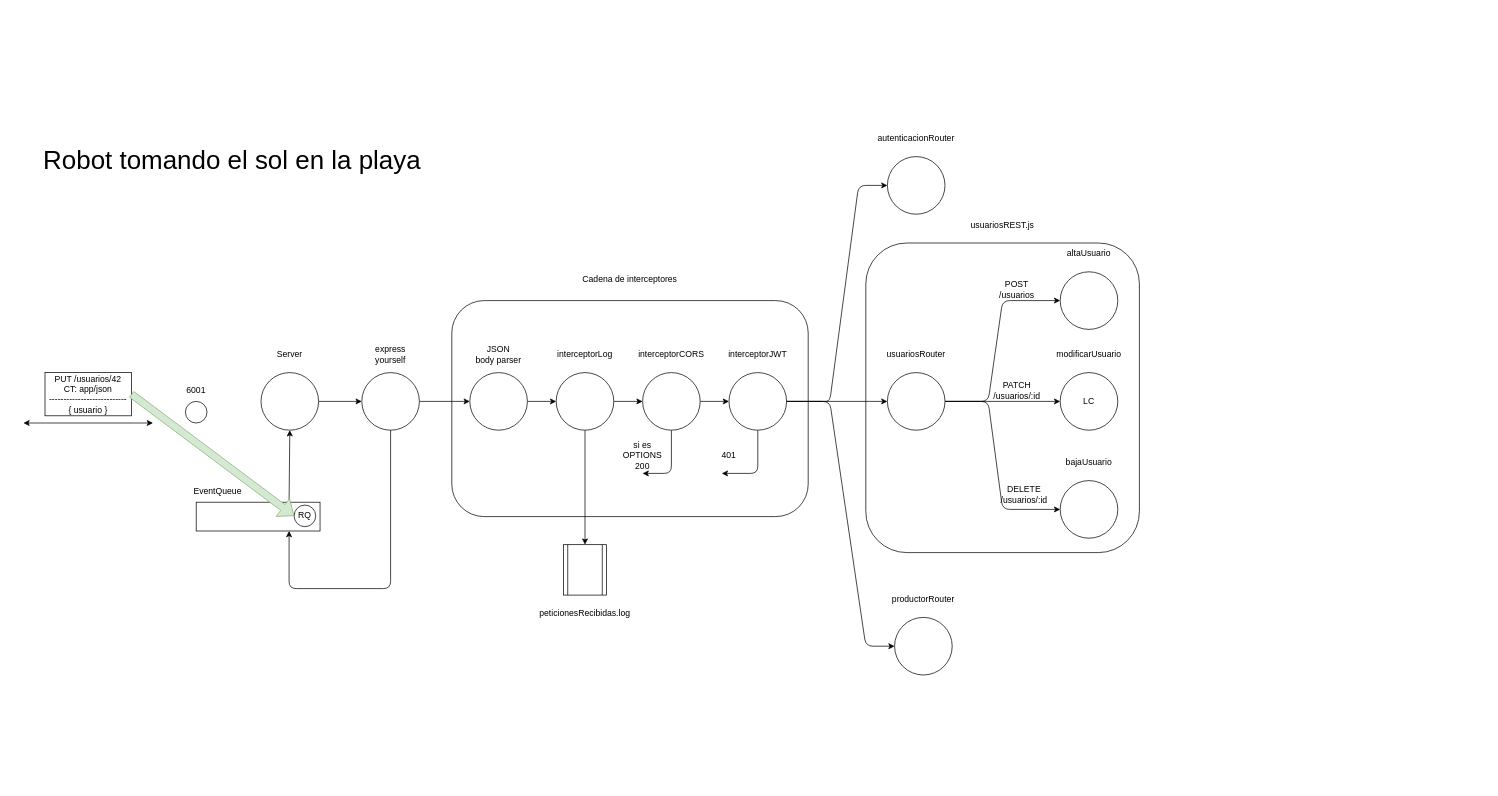
This is page "Página-43" (42 of 44) of dibujos.drawio from lrag/MEAN_2021_2, a draw.io file, before an edit. Source tidied: cells renumbered, new cells numbered last; positions are measured from the earlier drawing's top-left corner, leaving out a move shared by most shapes. Both pictures are drawn from the tidied source at 72%, with x=0, y=0 at pixel (12, 127).
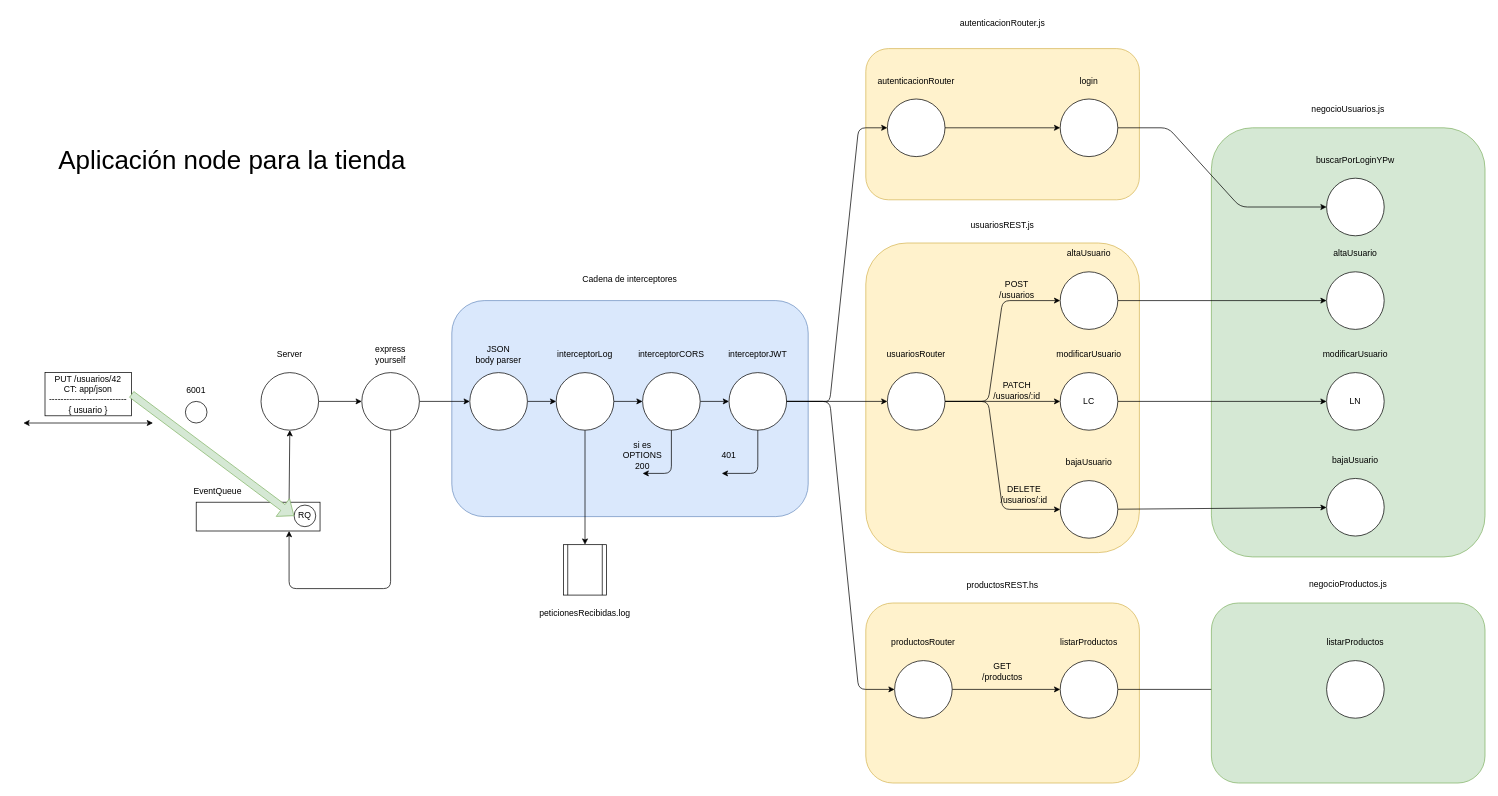
The same diagram, later.

Commit message (it also covers changes not shown here):
La integridad referencial es para perdedores

The change refers to these unchanged cells:
```xml
<mxCell id="31" style="ellipse;whiteSpace=wrap;html=1;" parent="1" vertex="1">
  <mxGeometry x="995" y="340" width="80" height="80" as="geometry" />
</mxCell>
<mxCell id="49" value="LC" style="ellipse;whiteSpace=wrap;html=1;" parent="1" vertex="1">
  <mxGeometry x="1455" y="340" width="80" height="80" as="geometry" />
</mxCell>
<mxCell id="51" style="ellipse;whiteSpace=wrap;html=1;" parent="1" vertex="1">
  <mxGeometry x="1455" y="200" width="80" height="80" as="geometry" />
</mxCell>
<mxCell id="53" style="ellipse;whiteSpace=wrap;html=1;" parent="1" vertex="1">
  <mxGeometry x="1455" y="490" width="80" height="80" as="geometry" />
</mxCell>
```

What changed in the source:
```diff
@@
+    <mxCell id="62" style="rounded=1;whiteSpace=wrap;html=1;fillColor=#d5e8d4;strokeColor=#82b366;" parent="1" vertex="1">
+      <mxGeometry x="1665" width="380" height="596" as="geometry" />
+    </mxCell>
+    <mxCell id="63" style="rounded=1;whiteSpace=wrap;html=1;fontSize=12;fillColor=#fff2cc;strokeColor=#d6b656;" parent="1" vertex="1">
+      <mxGeometry x="1185" y="660" width="380" height="250" as="geometry" />
+    </mxCell>
+    <mxCell id="64" style="rounded=1;whiteSpace=wrap;html=1;fontSize=12;fillColor=#fff2cc;strokeColor=#d6b656;" parent="1" vertex="1">
+      <mxGeometry x="1185" y="-110" width="380" height="210" as="geometry" />
+    </mxCell>
-    <mxCell id="2" style="rounded=1;whiteSpace=wrap;html=1;" parent="1" vertex="1">
+    <mxCell id="2" style="rounded=1;whiteSpace=wrap;html=1;fillColor=#fff2cc;strokeColor=#d6b656;" parent="1" vertex="1">
       <mxGeometry x="1185" y="160" width="380" height="430" as="geometry" />
     </mxCell>
-    <mxCell id="3" style="rounded=1;whiteSpace=wrap;html=1;" parent="1" vertex="1">
+    <mxCell id="3" style="rounded=1;whiteSpace=wrap;html=1;fillColor=#dae8fc;strokeColor=#6c8ebf;" parent="1" vertex="1">
       <mxGeometry x="610" y="240" width="495" height="300" as="geometry" />
     </mxCell>
@@
     <mxCell id="30" style="edgeStyle=none;rounded=1;jettySize=auto;html=1;exitX=1;exitY=0.5;exitDx=0;exitDy=0;entryX=0;entryY=0.5;entryDx=0;entryDy=0;strokeWidth=1;" parent="1" edge="1" source="31" target="44">
       <mxGeometry relative="1" as="geometry">
         <Array as="points">
           <mxPoint x="1135" y="380" />
-          <mxPoint x="1185" y="720" />
+          <mxPoint x="1175" y="780" />
         </Array>
       </mxGeometry>
     </mxCell>
@@
+    <mxCell id="65" style="edgeStyle=none;rounded=0;jettySize=auto;html=1;entryX=0;entryY=0.5;entryDx=0;entryDy=0;fontSize=12;strokeWidth=1;" parent="1" edge="1" source="42" target="76">
+      <mxGeometry relative="1" as="geometry" />
+    </mxCell>
     <mxCell id="42" style="ellipse;whiteSpace=wrap;html=1;" parent="1" vertex="1">
-      <mxGeometry x="1215" y="40" width="80" height="80" as="geometry" />
+      <mxGeometry x="1215" y="-40" width="80" height="80" as="geometry" />
     </mxCell>
     <mxCell id="43" value="autenticacionRouter" style="text;html=1;strokeColor=none;fillColor=none;align=center;verticalAlign=middle;whiteSpace=wrap;rounded=0;" parent="1" vertex="1">
-      <mxGeometry x="1225" width="60" height="30" as="geometry" />
+      <mxGeometry x="1225" y="-80" width="60" height="30" as="geometry" />
     </mxCell>
+    <mxCell id="66" style="edgeStyle=none;rounded=0;jettySize=auto;html=1;fontSize=12;strokeWidth=1;" parent="1" edge="1" source="44" target="71">
+      <mxGeometry relative="1" as="geometry" />
+    </mxCell>
     <mxCell id="44" style="ellipse;whiteSpace=wrap;html=1;" parent="1" vertex="1">
-      <mxGeometry x="1225" y="680" width="80" height="80" as="geometry" />
+      <mxGeometry x="1225" y="740" width="80" height="80" as="geometry" />
     </mxCell>
-    <mxCell id="45" value="productorRouter" style="text;html=1;strokeColor=none;fillColor=none;align=center;verticalAlign=middle;whiteSpace=wrap;rounded=0;" parent="1" vertex="1">
-      <mxGeometry x="1235" y="640" width="60" height="30" as="geometry" />
+    <mxCell id="45" value="productosRouter" style="text;html=1;strokeColor=none;fillColor=none;align=center;verticalAlign=middle;whiteSpace=wrap;rounded=0;" parent="1" vertex="1">
+      <mxGeometry x="1235" y="700" width="60" height="30" as="geometry" />
     </mxCell>
@@
     <mxCell id="47" style="endArrow=classic;html=1;rounded=1;strokeWidth=1;exitX=1;exitY=0.5;exitDx=0;exitDy=0;entryX=0;entryY=0.5;entryDx=0;entryDy=0;" parent="1" edge="1" source="31" target="42">
       <mxGeometry relative="1" as="geometry">
         <Array as="points">
           <mxPoint x="1115" y="380" />
           <mxPoint x="1135" y="380" />
-          <mxPoint x="1175" y="80" />
+          <mxPoint x="1175" />
         </Array>
       </mxGeometry>
     </mxCell>
@@
+    <mxCell id="67" style="edgeStyle=none;rounded=0;jettySize=auto;html=1;fontSize=12;strokeWidth=1;" parent="1" edge="1" source="49" target="80">
+      <mxGeometry relative="1" as="geometry" />
+    </mxCell>
@@
+    <mxCell id="68" style="edgeStyle=none;rounded=0;jettySize=auto;html=1;entryX=0;entryY=0.5;entryDx=0;entryDy=0;fontSize=12;strokeWidth=1;" parent="1" edge="1" source="51" target="82">
+      <mxGeometry relative="1" as="geometry" />
+    </mxCell>
@@
+    <mxCell id="69" style="edgeStyle=none;rounded=0;jettySize=auto;html=1;fontSize=12;strokeWidth=1;" parent="1" edge="1" source="53" target="84">
+      <mxGeometry relative="1" as="geometry" />
+    </mxCell>
@@
-    <mxCell id="61" value="&lt;font style=&quot;font-size: 36px&quot;&gt;Robot tomando el sol en la playa&lt;/font&gt;" style="text;html=1;strokeColor=none;fillColor=none;align=center;verticalAlign=middle;whiteSpace=wrap;rounded=0;" parent="1" vertex="1">
+    <mxCell id="61" value="&lt;font style=&quot;font-size: 36px&quot;&gt;Aplicación node para la tienda&lt;/font&gt;" style="text;html=1;strokeColor=none;fillColor=none;align=center;verticalAlign=middle;whiteSpace=wrap;rounded=0;" parent="1" vertex="1">
       <mxGeometry y="30" width="610" height="30" as="geometry" />
     </mxCell>
+    <mxCell id="70" style="edgeStyle=none;rounded=1;jettySize=auto;html=1;fontSize=12;strokeWidth=1;" parent="1" edge="1" source="71" target="90">
+      <mxGeometry relative="1" as="geometry" />
+    </mxCell>
+    <mxCell id="71" style="ellipse;whiteSpace=wrap;html=1;" parent="1" vertex="1">
+      <mxGeometry x="1455" y="740" width="80" height="80" as="geometry" />
+    </mxCell>
+    <mxCell id="72" value="listarProductos" style="text;html=1;strokeColor=none;fillColor=none;align=center;verticalAlign=middle;whiteSpace=wrap;rounded=0;" parent="1" vertex="1">
+      <mxGeometry x="1465" y="700" width="60" height="30" as="geometry" />
+    </mxCell>
+    <mxCell id="73" value="GET /productos" style="text;html=1;strokeColor=none;fillColor=none;align=center;verticalAlign=middle;whiteSpace=wrap;rounded=0;fontSize=12;" parent="1" vertex="1">
+      <mxGeometry x="1345" y="740" width="60" height="30" as="geometry" />
+    </mxCell>
+    <mxCell id="74" value="productosREST.hs&lt;br&gt;" style="text;html=1;strokeColor=none;fillColor=none;align=center;verticalAlign=middle;whiteSpace=wrap;rounded=0;" parent="1" vertex="1">
+      <mxGeometry x="1345" y="620" width="60" height="30" as="geometry" />
+    </mxCell>
+    <mxCell id="75" style="edgeStyle=none;rounded=1;jettySize=auto;html=1;entryX=0;entryY=0.5;entryDx=0;entryDy=0;fontSize=12;strokeWidth=1;" parent="1" edge="1" source="76" target="86">
+      <mxGeometry relative="1" as="geometry">
+        <Array as="points">
+          <mxPoint x="1605" />
+          <mxPoint x="1705" y="110" />
+        </Array>
+      </mxGeometry>
+    </mxCell>
+    <mxCell id="76" style="ellipse;whiteSpace=wrap;html=1;" parent="1" vertex="1">
+      <mxGeometry x="1455" y="-40" width="80" height="80" as="geometry" />
+    </mxCell>
+    <mxCell id="77" value="login" style="text;html=1;strokeColor=none;fillColor=none;align=center;verticalAlign=middle;whiteSpace=wrap;rounded=0;" parent="1" vertex="1">
+      <mxGeometry x="1465" y="-80" width="60" height="30" as="geometry" />
+    </mxCell>
+    <mxCell id="78" value="autenticacionRouter.js" style="text;html=1;strokeColor=none;fillColor=none;align=center;verticalAlign=middle;whiteSpace=wrap;rounded=0;fontSize=12;" parent="1" vertex="1">
+      <mxGeometry x="1345" y="-160" width="60" height="30" as="geometry" />
+    </mxCell>
+    <mxCell id="79" value="negocioUsuarios.js" style="text;html=1;strokeColor=none;fillColor=none;align=center;verticalAlign=middle;whiteSpace=wrap;rounded=0;fontSize=12;" parent="1" vertex="1">
+      <mxGeometry x="1825" y="-40" width="60" height="30" as="geometry" />
+    </mxCell>
+    <mxCell id="80" value="LN" style="ellipse;whiteSpace=wrap;html=1;" parent="1" vertex="1">
+      <mxGeometry x="1825" y="340" width="80" height="80" as="geometry" />
+    </mxCell>
+    <mxCell id="81" value="modificarUsuario" style="text;html=1;strokeColor=none;fillColor=none;align=center;verticalAlign=middle;whiteSpace=wrap;rounded=0;" parent="1" vertex="1">
+      <mxGeometry x="1835" y="300" width="60" height="30" as="geometry" />
+    </mxCell>
+    <mxCell id="82" style="ellipse;whiteSpace=wrap;html=1;" parent="1" vertex="1">
+      <mxGeometry x="1825" y="200" width="80" height="80" as="geometry" />
+    </mxCell>
+    <mxCell id="83" value="altaUsuario" style="text;html=1;strokeColor=none;fillColor=none;align=center;verticalAlign=middle;whiteSpace=wrap;rounded=0;" parent="1" vertex="1">
+      <mxGeometry x="1835" y="160" width="60" height="30" as="geometry" />
+    </mxCell>
+    <mxCell id="84" style="ellipse;whiteSpace=wrap;html=1;" parent="1" vertex="1">
+      <mxGeometry x="1825" y="487" width="80" height="80" as="geometry" />
+    </mxCell>
+    <mxCell id="85" value="bajaUsuario" style="text;html=1;strokeColor=none;fillColor=none;align=center;verticalAlign=middle;whiteSpace=wrap;rounded=0;" parent="1" vertex="1">
+      <mxGeometry x="1835" y="447" width="60" height="30" as="geometry" />
+    </mxCell>
+    <mxCell id="86" style="ellipse;whiteSpace=wrap;html=1;" parent="1" vertex="1">
+      <mxGeometry x="1825" y="70" width="80" height="80" as="geometry" />
+    </mxCell>
+    <mxCell id="87" value="buscarPorLoginYPw" style="text;html=1;strokeColor=none;fillColor=none;align=center;verticalAlign=middle;whiteSpace=wrap;rounded=0;" parent="1" vertex="1">
+      <mxGeometry x="1835" y="30" width="60" height="30" as="geometry" />
+    </mxCell>
+    <mxCell id="88" style="rounded=1;whiteSpace=wrap;html=1;fontSize=12;fillColor=#d5e8d4;strokeColor=#82b366;" parent="1" vertex="1">
+      <mxGeometry x="1665" y="660" width="380" height="250" as="geometry" />
+    </mxCell>
+    <mxCell id="89" value="negocioProductos.js&lt;br&gt;" style="text;html=1;strokeColor=none;fillColor=none;align=center;verticalAlign=middle;whiteSpace=wrap;rounded=0;" parent="1" vertex="1">
+      <mxGeometry x="1825" y="619" width="60" height="30" as="geometry" />
+    </mxCell>
+    <mxCell id="90" style="ellipse;whiteSpace=wrap;html=1;" parent="1" vertex="1">
+      <mxGeometry x="1825" y="740" width="80" height="80" as="geometry" />
+    </mxCell>
+    <mxCell id="91" value="listarProductos" style="text;html=1;strokeColor=none;fillColor=none;align=center;verticalAlign=middle;whiteSpace=wrap;rounded=0;" parent="1" vertex="1">
+      <mxGeometry x="1835" y="700" width="60" height="30" as="geometry" />
+    </mxCell>
```
